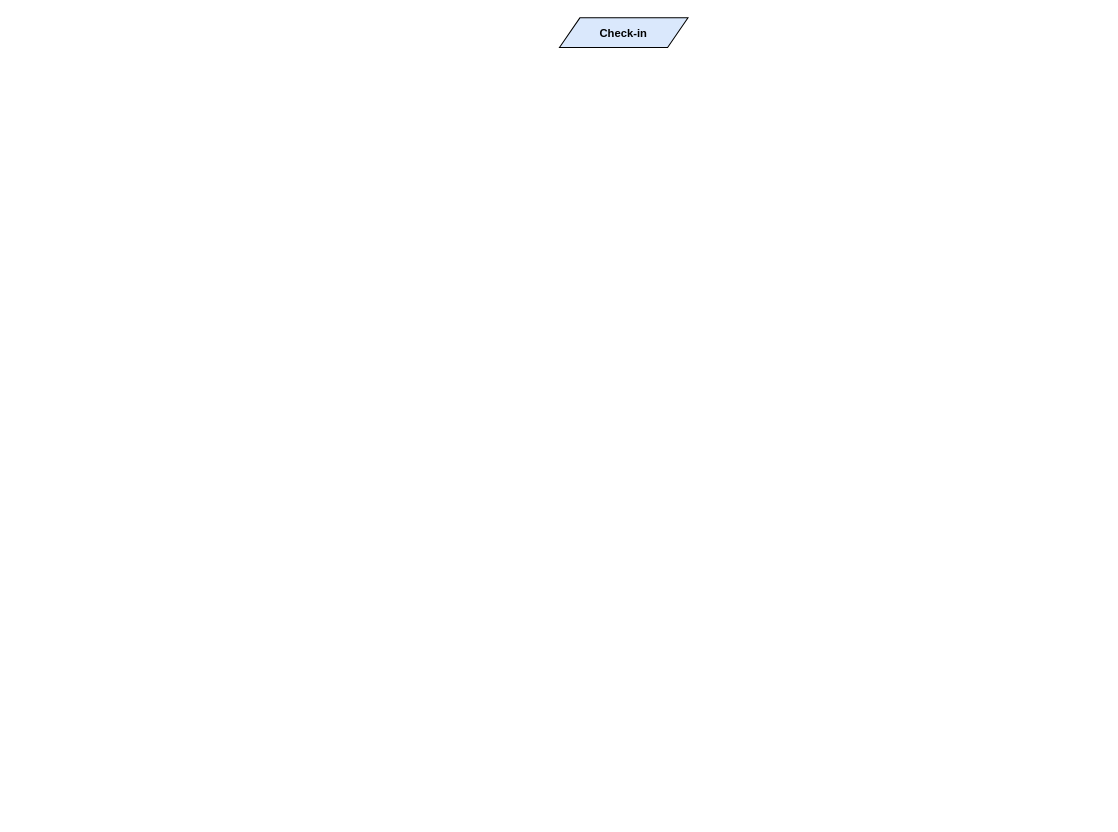
The draw.io diagram Kaos/KAOS 5.drawio in RafaelCMira/myclinic-msp-project, before the edit. Source tidied: cells renumbered, new cells numbered last; positions are measured from the earlier drawing's top-left corner, leaving out a move shared by most shapes. Both pictures are drawn from the tidied source at 102%, with x=0, y=0 at pixel (559, 17).
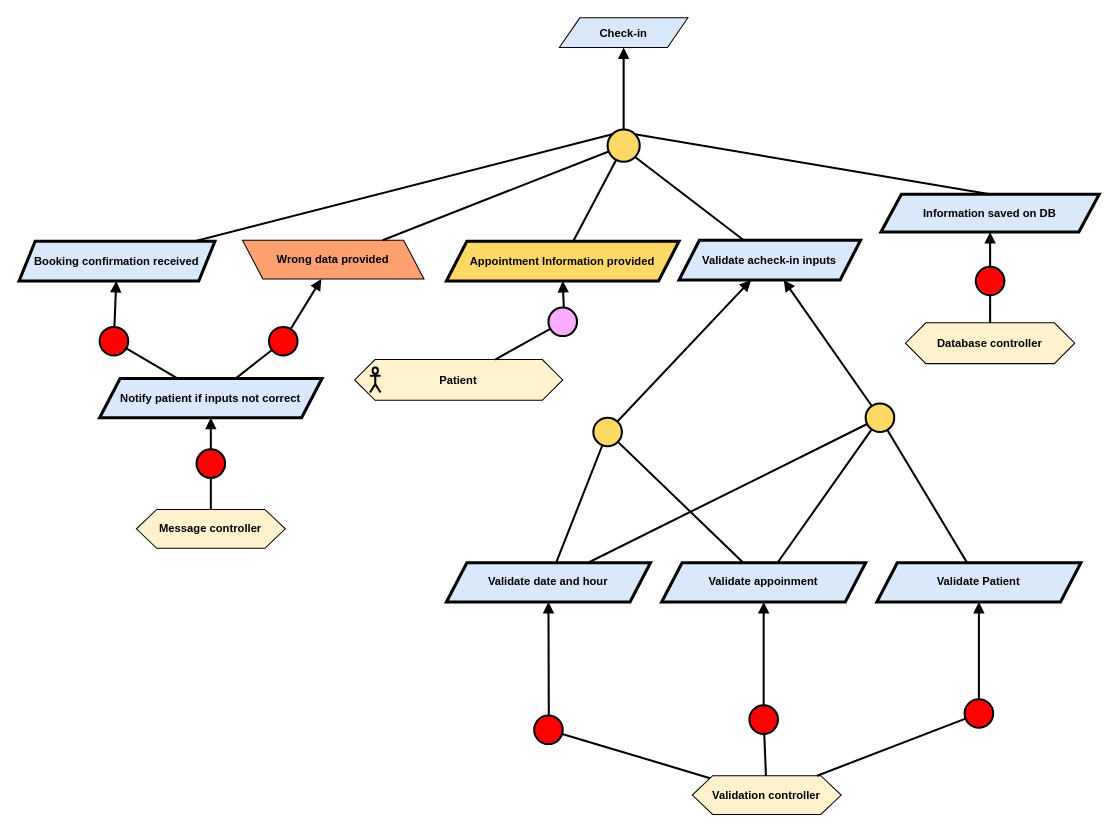
The same diagram, later.

Diff of the diagram source:
```diff
@@
+    <mxCell id="3" value="&lt;div&gt;&lt;b&gt;Validation controller&lt;/b&gt;&lt;/div&gt;" style="shape=hexagon;perimeter=hexagonPerimeter2;whiteSpace=wrap;html=1;fixedSize=1;fillColor=#FFF2CC;fontFamily=Helvetica;fontSize=11;fontColor=default;labelBackgroundColor=none;" parent="1" vertex="1">
+      <mxGeometry x="130.2" y="743" width="146" height="38" as="geometry" />
+    </mxCell>
+    <mxCell id="4" value="&lt;div&gt;&lt;b&gt;Message controller&lt;/b&gt;&lt;/div&gt;" style="shape=hexagon;perimeter=hexagonPerimeter2;whiteSpace=wrap;html=1;fixedSize=1;fillColor=#FFF2CC;fontFamily=Helvetica;fontSize=11;fontColor=default;labelBackgroundColor=none;" parent="1" vertex="1">
+      <mxGeometry x="-414.8" y="482" width="146" height="38" as="geometry" />
+    </mxCell>
+    <mxCell id="5" value="&lt;b&gt;Booking confirmation received&lt;/b&gt;" style="shape=parallelogram;perimeter=parallelogramPerimeter;whiteSpace=wrap;html=1;fixedSize=1;fillColor=#dae8fc;strokeColor=#000000;strokeWidth=3;fontFamily=Helvetica;fontSize=11;fontColor=default;labelBackgroundColor=none;size=15.809148879277927;" parent="1" vertex="1">
+      <mxGeometry x="-529.8" y="219" width="192" height="39" as="geometry" />
+    </mxCell>
+    <mxCell id="6" value="&lt;b&gt;Appointment Information provided&lt;/b&gt;" style="shape=parallelogram;perimeter=parallelogramPerimeter;whiteSpace=wrap;html=1;fixedSize=1;fillColor=#FFD966;strokeColor=#000000;strokeWidth=3;fontFamily=Helvetica;fontSize=11;fontColor=default;labelBackgroundColor=none;" parent="1" vertex="1">
+      <mxGeometry x="-110.8" y="219" width="228" height="39" as="geometry" />
+    </mxCell>
+    <mxCell id="7" value="&lt;b&gt;Validate acheck-in inputs&lt;/b&gt;" style="shape=parallelogram;perimeter=parallelogramPerimeter;whiteSpace=wrap;html=1;fixedSize=1;fillColor=#dae8fc;strokeColor=#000000;strokeWidth=3;fontFamily=Helvetica;fontSize=11;fontColor=default;labelBackgroundColor=none;" parent="1" vertex="1">
+      <mxGeometry x="117.2" y="218" width="178" height="39" as="geometry" />
+    </mxCell>
+    <mxCell id="8" style="group;fontFamily=Helvetica;fontSize=11;fontColor=default;labelBackgroundColor=default;" parent="1" vertex="1">
+      <mxGeometry x="-200.8" y="335" width="204" height="40" as="geometry" />
+    </mxCell>
+    <mxCell id="9" value="&lt;b&gt;Patient&lt;/b&gt;" style="shape=hexagon;perimeter=hexagonPerimeter2;whiteSpace=wrap;html=1;fixedSize=1;fillColor=#FFF2CC;fontFamily=Helvetica;fontSize=11;fontColor=default;labelBackgroundColor=none;" parent="8" vertex="1">
+      <mxGeometry width="204" height="40" as="geometry" />
+    </mxCell>
+    <mxCell id="10" style="shape=umlActor;verticalLabelPosition=bottom;verticalAlign=top;html=1;fillColor=none;strokeWidth=2;fontFamily=Helvetica;fontSize=11;fontColor=default;labelBackgroundColor=default;" parent="8" vertex="1">
+      <mxGeometry x="15" y="7.8" width="10.4" height="24.5" as="geometry" />
+    </mxCell>
+    <mxCell id="11" style="ellipse;whiteSpace=wrap;html=1;fillColor=#FAADFF;strokeWidth=2;fontFamily=Helvetica;fontSize=11;fontColor=default;labelBackgroundColor=default;" parent="1" vertex="1">
+      <mxGeometry x="-10.8" y="284" width="28" height="28" as="geometry" />
+    </mxCell>
+    <mxCell id="12" style="endArrow=block;html=1;rounded=0;endFill=1;strokeWidth=2;strokeColor=default;align=center;verticalAlign=middle;fontFamily=Helvetica;fontSize=11;fontColor=default;labelBackgroundColor=default;" parent="1" edge="1" source="11" target="6">
+      <mxGeometry relative="1" as="geometry" />
+    </mxCell>
+    <mxCell id="13" style="endArrow=none;html=1;rounded=0;strokeWidth=2;strokeColor=default;align=center;verticalAlign=middle;fontFamily=Helvetica;fontSize=11;fontColor=default;labelBackgroundColor=default;" parent="1" edge="1" source="9" target="11">
+      <mxGeometry relative="1" as="geometry" />
+    </mxCell>
+    <mxCell id="14" style="ellipse;whiteSpace=wrap;html=1;fillColor=#FFD966;strokeWidth=2;" parent="1" vertex="1">
+      <mxGeometry x="47.2" y="109.5" width="31.5" height="31.5" as="geometry" />
+    </mxCell>
+    <mxCell id="15" style="endArrow=none;html=1;rounded=0;strokeWidth=2;" parent="1" edge="1" source="6" target="14">
+      <mxGeometry relative="1" as="geometry" />
+    </mxCell>
+    <mxCell id="16" style="endArrow=none;html=1;rounded=0;entryX=1;entryY=1;entryDx=0;entryDy=0;strokeWidth=2;" parent="1" edge="1" source="7" target="14">
+      <mxGeometry relative="1" as="geometry" />
+    </mxCell>
+    <mxCell id="17" style="endArrow=none;html=1;rounded=0;strokeWidth=2;exitX=0;exitY=0;exitDx=0;exitDy=0;" parent="1" edge="1" source="14" target="5">
+      <mxGeometry relative="1" as="geometry" />
+    </mxCell>
+    <mxCell id="18" style="ellipse;whiteSpace=wrap;html=1;fillColor=#FF0000;strokeWidth=2;" parent="1" vertex="1">
+      <mxGeometry x="-450.8" y="303" width="28" height="28" as="geometry" />
+    </mxCell>
+    <mxCell id="19" style="endArrow=block;html=1;rounded=0;endFill=1;strokeWidth=2;" parent="1" edge="1" source="18" target="5">
+      <mxGeometry relative="1" as="geometry" />
+    </mxCell>
+    <mxCell id="20" style="endArrow=none;html=1;rounded=0;strokeWidth=2;" parent="1" edge="1" source="38" target="18">
+      <mxGeometry relative="1" as="geometry" />
+    </mxCell>
+    <mxCell id="21" value="&lt;b&gt;Validate date and hour&lt;/b&gt;" style="shape=parallelogram;perimeter=parallelogramPerimeter;whiteSpace=wrap;html=1;fixedSize=1;fillColor=#dae8fc;strokeColor=#000000;strokeWidth=3;fontFamily=Helvetica;fontSize=11;fontColor=default;labelBackgroundColor=none;" parent="1" vertex="1">
+      <mxGeometry x="-110.8" y="534.2" width="200" height="38.5" as="geometry" />
+    </mxCell>
+    <mxCell id="22" value="&lt;b&gt;Validate appoinment&lt;/b&gt;" style="shape=parallelogram;perimeter=parallelogramPerimeter;whiteSpace=wrap;html=1;fixedSize=1;fillColor=#dae8fc;strokeColor=#000000;strokeWidth=3;fontFamily=Helvetica;fontSize=11;fontColor=default;labelBackgroundColor=none;" parent="1" vertex="1">
+      <mxGeometry x="100.2" y="534.2" width="200" height="38.5" as="geometry" />
+    </mxCell>
+    <mxCell id="23" style="ellipse;whiteSpace=wrap;html=1;fillColor=#FFD966;strokeWidth=2;" parent="1" vertex="1">
+      <mxGeometry x="33.2" y="392" width="28" height="28" as="geometry" />
+    </mxCell>
+    <mxCell id="24" style="endArrow=none;html=1;rounded=0;strokeWidth=2;" parent="1" edge="1" source="21" target="23">
+      <mxGeometry relative="1" as="geometry" />
+    </mxCell>
+    <mxCell id="25" style="endArrow=none;html=1;rounded=0;strokeWidth=2;" parent="1" edge="1" source="22" target="23">
+      <mxGeometry relative="1" as="geometry" />
+    </mxCell>
+    <mxCell id="26" value="&lt;b&gt;Validate Patient&lt;/b&gt;" style="shape=parallelogram;perimeter=parallelogramPerimeter;whiteSpace=wrap;html=1;fixedSize=1;fillColor=#dae8fc;strokeColor=#000000;strokeWidth=3;fontFamily=Helvetica;fontSize=11;fontColor=default;labelBackgroundColor=none;" parent="1" vertex="1">
+      <mxGeometry x="311.2" y="534.2" width="200" height="38.5" as="geometry" />
+    </mxCell>
+    <mxCell id="27" style="endArrow=none;html=1;rounded=0;strokeWidth=2;" parent="1" edge="1" source="26" target="39">
+      <mxGeometry relative="1" as="geometry" />
+    </mxCell>
+    <mxCell id="28" style="endArrow=block;html=1;rounded=0;endFill=1;strokeWidth=2;" parent="1" edge="1" source="23" target="7">
+      <mxGeometry relative="1" as="geometry" />
+    </mxCell>
+    <mxCell id="29" style="ellipse;whiteSpace=wrap;html=1;fillColor=#FF0000;strokeWidth=2;" parent="1" vertex="1">
+      <mxGeometry x="-24.8" y="684" width="28" height="28" as="geometry" />
+    </mxCell>
+    <mxCell id="30" style="endArrow=block;html=1;rounded=0;endFill=1;strokeWidth=2;" parent="1" edge="1" source="29" target="21">
+      <mxGeometry relative="1" as="geometry" />
+    </mxCell>
+    <mxCell id="31" style="endArrow=none;html=1;rounded=0;strokeWidth=2;" parent="1" edge="1" source="3" target="29">
+      <mxGeometry relative="1" as="geometry" />
+    </mxCell>
+    <mxCell id="32" style="ellipse;whiteSpace=wrap;html=1;fillColor=#FF0000;strokeWidth=2;" parent="1" vertex="1">
+      <mxGeometry x="186.2" y="674" width="28" height="28" as="geometry" />
+    </mxCell>
+    <mxCell id="33" style="endArrow=block;html=1;rounded=0;endFill=1;strokeWidth=2;" parent="1" edge="1" source="32" target="22">
+      <mxGeometry relative="1" as="geometry" />
+    </mxCell>
+    <mxCell id="34" style="endArrow=none;html=1;rounded=0;strokeWidth=2;" parent="1" edge="1" source="3" target="32">
+      <mxGeometry relative="1" as="geometry" />
+    </mxCell>
+    <mxCell id="35" style="ellipse;whiteSpace=wrap;html=1;fillColor=#FF0000;strokeWidth=2;" parent="1" vertex="1">
+      <mxGeometry x="397.2" y="668" width="28" height="28" as="geometry" />
+    </mxCell>
+    <mxCell id="36" style="endArrow=block;html=1;rounded=0;endFill=1;strokeWidth=2;" parent="1" edge="1" source="35" target="26">
+      <mxGeometry relative="1" as="geometry" />
+    </mxCell>
+    <mxCell id="37" style="endArrow=none;html=1;rounded=0;strokeWidth=2;" parent="1" edge="1" source="3" target="35">
+      <mxGeometry relative="1" as="geometry" />
+    </mxCell>
+    <mxCell id="38" value="&lt;b&gt;Notify patient if inputs not correct&lt;/b&gt;" style="shape=parallelogram;perimeter=parallelogramPerimeter;whiteSpace=wrap;html=1;fixedSize=1;fillColor=#dae8fc;strokeColor=#000000;strokeWidth=3;fontFamily=Helvetica;fontSize=11;fontColor=default;labelBackgroundColor=none;" parent="1" vertex="1">
+      <mxGeometry x="-450.8" y="353.5" width="218" height="38.5" as="geometry" />
+    </mxCell>
+    <mxCell id="39" style="ellipse;whiteSpace=wrap;html=1;fillColor=#FFD966;strokeWidth=2;" parent="1" vertex="1">
+      <mxGeometry x="300.2" y="378" width="28" height="28" as="geometry" />
+    </mxCell>
+    <mxCell id="40" style="endArrow=block;html=1;rounded=0;endFill=1;strokeWidth=2;" parent="1" edge="1" source="39" target="7">
+      <mxGeometry relative="1" as="geometry" />
+    </mxCell>
+    <mxCell id="41" style="endArrow=none;html=1;rounded=0;strokeWidth=2;" parent="1" edge="1" source="22" target="39">
+      <mxGeometry relative="1" as="geometry" />
+    </mxCell>
+    <mxCell id="42" style="endArrow=none;html=1;rounded=0;strokeWidth=2;" parent="1" edge="1" source="21" target="39">
+      <mxGeometry relative="1" as="geometry" />
+    </mxCell>
+    <mxCell id="43" value="&lt;b&gt;Information saved on DB&lt;/b&gt;" style="shape=parallelogram;perimeter=parallelogramPerimeter;whiteSpace=wrap;html=1;fixedSize=1;fillColor=#dae8fc;strokeColor=#000000;strokeWidth=3;fontFamily=Helvetica;fontSize=11;fontColor=default;labelBackgroundColor=none;" parent="1" vertex="1">
+      <mxGeometry x="315.2" y="173" width="214" height="37" as="geometry" />
+    </mxCell>
+    <mxCell id="44" style="endArrow=none;html=1;rounded=0;strokeWidth=2;entryX=1;entryY=0;entryDx=0;entryDy=0;exitX=0.5;exitY=0;exitDx=0;exitDy=0;" parent="1" edge="1" source="43" target="14">
+      <mxGeometry relative="1" as="geometry" />
+    </mxCell>
+    <mxCell id="45" value="&lt;div&gt;&lt;b&gt;Database controller&lt;/b&gt;&lt;/div&gt;" style="shape=hexagon;perimeter=hexagonPerimeter2;whiteSpace=wrap;html=1;fixedSize=1;fillColor=#FFF2CC;fontFamily=Helvetica;fontSize=11;fontColor=default;labelBackgroundColor=none;" parent="1" vertex="1">
+      <mxGeometry x="339.2" y="299" width="166" height="40" as="geometry" />
+    </mxCell>
+    <mxCell id="46" style="ellipse;whiteSpace=wrap;html=1;fillColor=#FF0505;strokeWidth=2;fontFamily=Helvetica;fontSize=11;fontColor=default;labelBackgroundColor=default;" parent="1" vertex="1">
+      <mxGeometry x="408.2" y="244" width="28" height="28" as="geometry" />
+    </mxCell>
+    <mxCell id="47" style="endArrow=block;html=1;rounded=0;endFill=1;strokeWidth=2;strokeColor=default;align=center;verticalAlign=middle;fontFamily=Helvetica;fontSize=11;fontColor=default;labelBackgroundColor=default;" parent="1" edge="1" source="46" target="43">
+      <mxGeometry relative="1" as="geometry" />
+    </mxCell>
+    <mxCell id="48" style="endArrow=none;html=1;rounded=0;strokeWidth=2;strokeColor=default;align=center;verticalAlign=middle;fontFamily=Helvetica;fontSize=11;fontColor=default;labelBackgroundColor=default;" parent="1" edge="1" source="45" target="46">
+      <mxGeometry relative="1" as="geometry" />
+    </mxCell>
+    <mxCell id="49" value="Wrong data provided" style="shape=parallelogram;perimeter=parallelogramPerimeter;whiteSpace=wrap;html=1;fixedSize=1;fillColor=#FFA070;fontStyle=1;fontFamily=Helvetica;fontSize=11;fontColor=default;labelBackgroundColor=none;flipH=1;flipV=0;" parent="1" vertex="1">
+      <mxGeometry x="-310.8" y="218" width="178" height="38" as="geometry" />
+    </mxCell>
+    <mxCell id="50" style="endArrow=none;html=1;rounded=0;strokeWidth=2;" parent="1" edge="1" source="14" target="49">
+      <mxGeometry relative="1" as="geometry" />
+    </mxCell>
+    <mxCell id="51" style="ellipse;whiteSpace=wrap;html=1;fillColor=#FF0000;strokeWidth=2;" parent="1" vertex="1">
+      <mxGeometry x="-284.8" y="303" width="28" height="28" as="geometry" />
+    </mxCell>
+    <mxCell id="52" style="endArrow=block;html=1;rounded=0;endFill=1;strokeWidth=2;" parent="1" edge="1" source="51" target="49">
+      <mxGeometry relative="1" as="geometry" />
+    </mxCell>
+    <mxCell id="53" style="endArrow=none;html=1;rounded=0;strokeWidth=2;" parent="1" edge="1" source="38" target="51">
+      <mxGeometry relative="1" as="geometry" />
+    </mxCell>
+    <mxCell id="54" style="ellipse;whiteSpace=wrap;html=1;fillColor=#FF0000;strokeWidth=2;" parent="1" vertex="1">
+      <mxGeometry x="-355.8" y="423" width="28" height="28" as="geometry" />
+    </mxCell>
+    <mxCell id="55" style="endArrow=block;html=1;rounded=0;endFill=1;strokeWidth=2;" parent="1" edge="1" source="54" target="38">
+      <mxGeometry relative="1" as="geometry" />
+    </mxCell>
+    <mxCell id="56" style="endArrow=none;html=1;rounded=0;strokeWidth=2;" parent="1" edge="1" source="4" target="54">
+      <mxGeometry relative="1" as="geometry" />
+    </mxCell>
+    <mxCell id="57" style="endArrow=block;html=1;rounded=0;endFill=1;strokeWidth=2;" parent="1" edge="1" source="14" target="2">
+      <mxGeometry relative="1" as="geometry" />
+    </mxCell>
     <mxCell id="2" value="&lt;b&gt;Check-in&lt;/b&gt;" style="shape=parallelogram;perimeter=parallelogramPerimeter;whiteSpace=wrap;html=1;fixedSize=1;fillColor=#dae8fc;strokeColor=#000000;fontFamily=Helvetica;fontSize=11;fontColor=default;labelBackgroundColor=none;" parent="1" vertex="1">
-      <mxGeometry width="126" height="29" as="geometry" />
+      <mxGeometry x="-0.1" width="126" height="29" as="geometry" />
     </mxCell>
```
